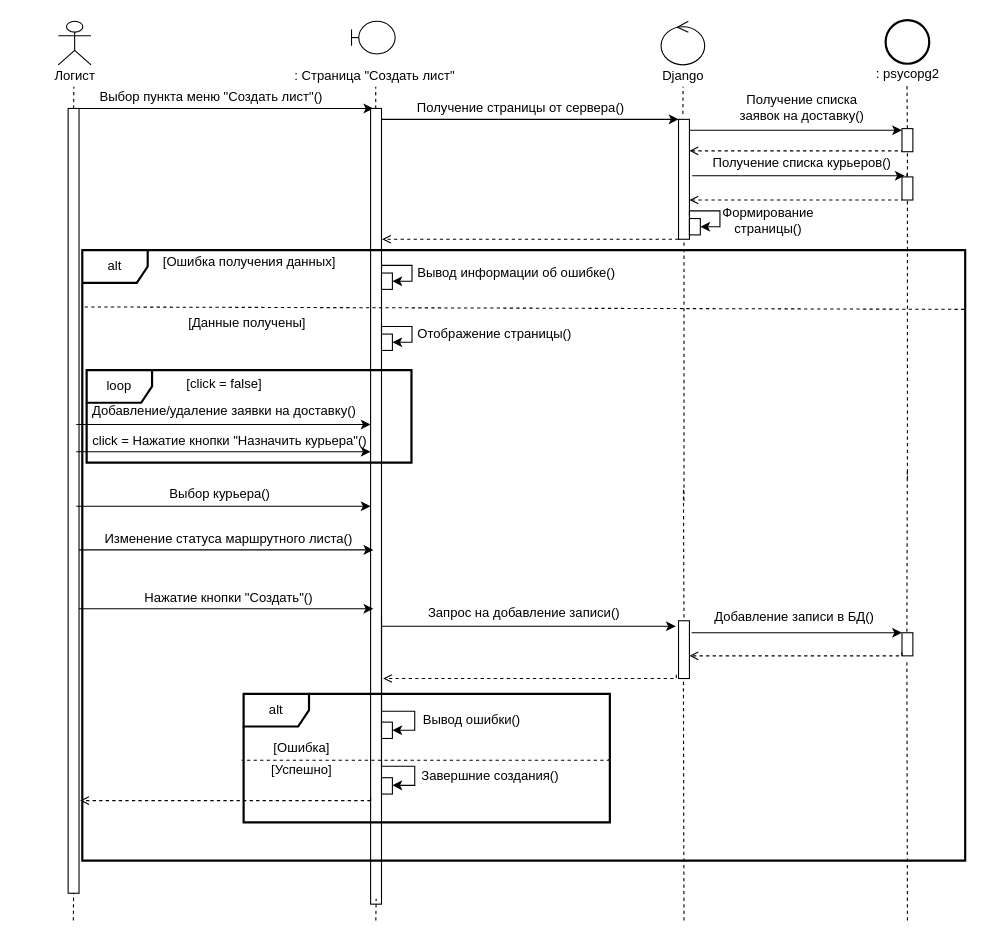
This is Курсач/Draw io/Диаграмма последовательности «Создание листа».drawio from JolyBin/-Study, a draw.io file, before an edit. Source tidied: cells renumbered, new cells numbered last; positions are measured from the earlier drawing's top-left corner, leaving out a move shared by most shapes. Both pictures are drawn from the tidied source at 109%, with x=0, y=0 at pixel (19, 20).
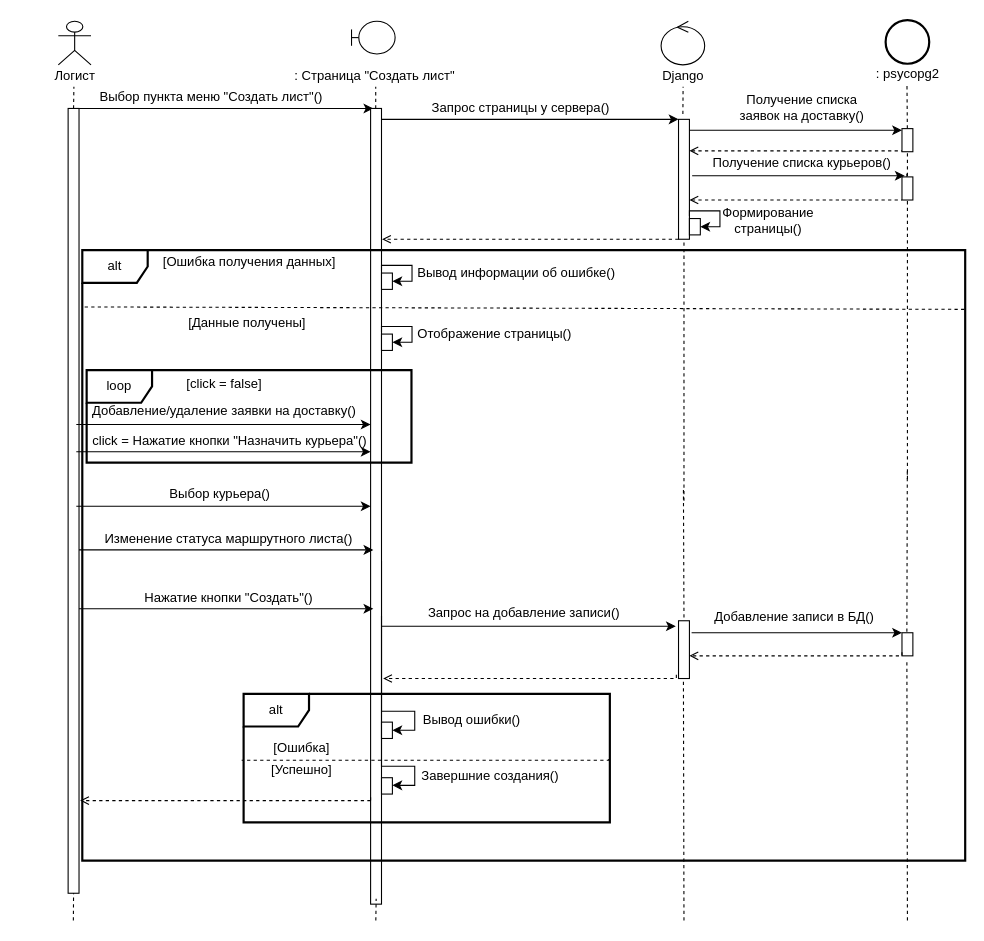
After the change.

Diff of the diagram source:
```diff
@@
-    <mxCell id="25" value="Получение страницы от сервера()" style="text;html=1;align=center;verticalAlign=middle;" parent="1" vertex="1">
-      <mxGeometry x="360" y="72" width="200" height="18" as="geometry" />
+    <mxCell id="25" value="Запрос страницы у сервера()" style="text;html=1;align=center;verticalAlign=middle;" parent="1" vertex="1">
+      <mxGeometry x="370" y="71" width="180" height="20" as="geometry" />
     </mxCell>
```
